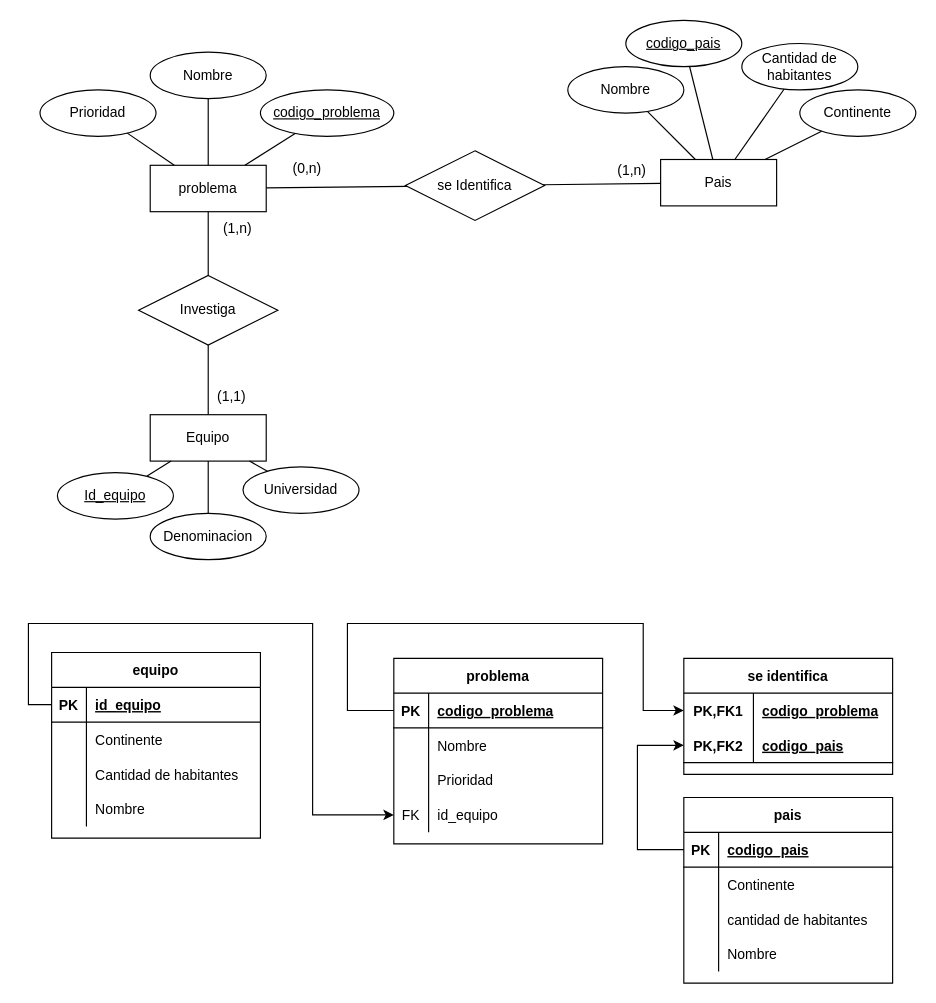
RamaAlves/base-de-datos keeps this draw.io diagram as Desafio-2-base-de-datos-informatorio .drawio. Above is the earlier version. Source tidied: cells renumbered, new cells numbered last; positions are measured from the earlier drawing's top-left corner, leaving out a move shared by most shapes. Both pictures are drawn from the tidied source at 116%, with x=0, y=0 at pixel (28, 20).
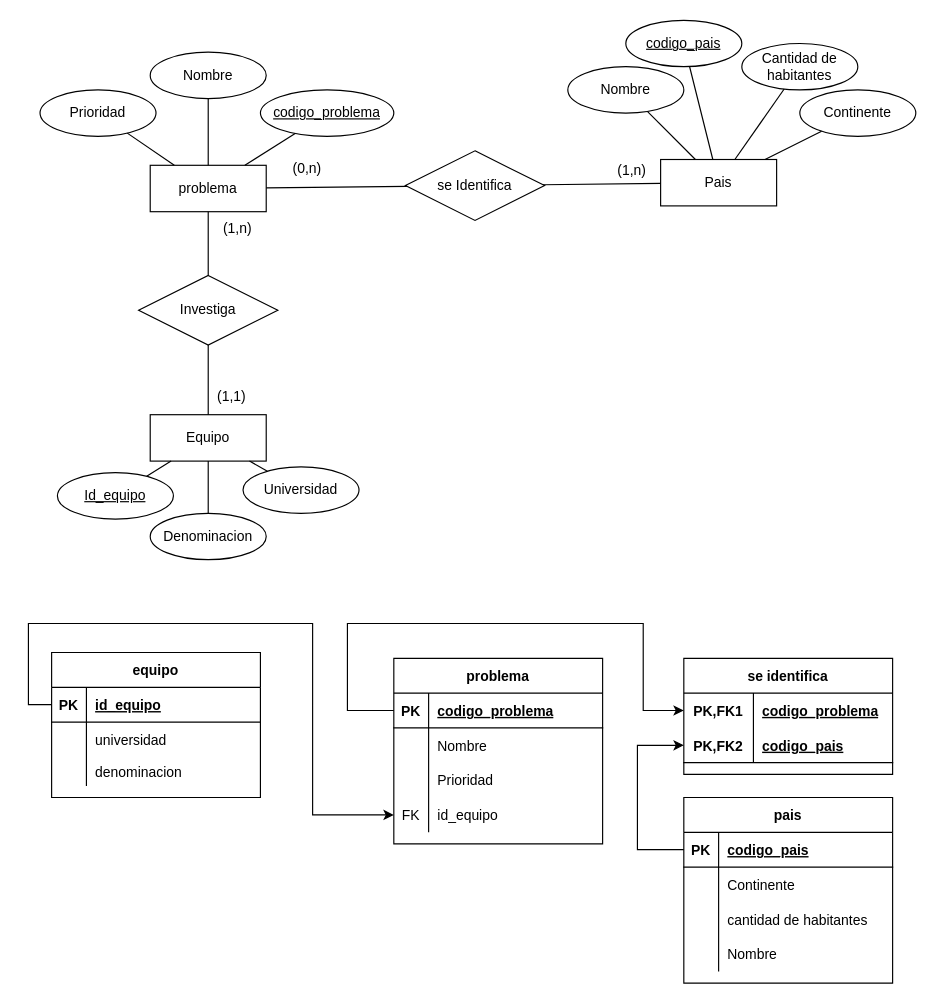
The same page after the edit.

Commit message:
pasando a tablas Desafio-2-base-de-datos-informatorio .drawio

Unchanged cells that the change refers to:
```xml
<mxCell id="65" style="shape=tableRow;horizontal=0;startSize=0;swimlaneHead=0;swimlaneBody=0;fillColor=none;top=0;left=0;right=0;bottom=0;" parent="61" vertex="1">
  <mxGeometry y="60" width="180" height="30" as="geometry" />
</mxCell>
```

Diff of the diagram source:
```diff
@@
     <mxCell id="61" value="equipo" style="shape=table;startSize=30;childLayout=tableLayout;rowLines=0;fontStyle=1;align=center;" parent="1" vertex="1">
-      <mxGeometry x="20" y="545" width="180" height="160" as="geometry" />
+      <mxGeometry x="20" y="545" width="180" height="125" as="geometry" />
     </mxCell>
@@
-    <mxCell id="67" value="Continente" style="shape=partialRectangle;fillColor=none;top=0;left=0;bottom=0;right=0;align=left;spacingLeft=6;overflow=hidden;" parent="65" vertex="1">
+    <mxCell id="67" value="universidad" style="shape=partialRectangle;fillColor=none;top=0;left=0;bottom=0;right=0;align=left;spacingLeft=6;overflow=hidden;" parent="65" vertex="1">
       <mxGeometry x="30" width="150" height="30" as="geometry" />
     </mxCell>
     <mxCell id="68" style="shape=tableRow;horizontal=0;startSize=0;swimlaneHead=0;swimlaneBody=0;fillColor=none;top=0;left=0;right=0;bottom=0;" parent="61" vertex="1">
-      <mxGeometry y="90" width="180" height="30" as="geometry" />
+      <mxGeometry y="90" width="180" height="25" as="geometry" />
     </mxCell>
     <mxCell id="69" style="shape=partialRectangle;fillColor=none;top=0;left=0;bottom=0;right=0;overflow=hidden;" parent="68" vertex="1">
-      <mxGeometry width="30" height="30" as="geometry" />
+      <mxGeometry width="30" height="25" as="geometry" />
     </mxCell>
-    <mxCell id="70" value="Cantidad de habitantes" style="shape=partialRectangle;fillColor=none;top=0;left=0;bottom=0;right=0;align=left;spacingLeft=6;overflow=hidden;" parent="68" vertex="1">
-      <mxGeometry x="30" width="150" height="30" as="geometry" />
+    <mxCell id="70" value="denominacion" style="shape=partialRectangle;fillColor=none;top=0;left=0;bottom=0;right=0;align=left;spacingLeft=6;overflow=hidden;" parent="68" vertex="1">
+      <mxGeometry x="30" width="150" height="25" as="geometry" />
     </mxCell>
-    <mxCell id="71" style="shape=tableRow;horizontal=0;startSize=0;swimlaneHead=0;swimlaneBody=0;fillColor=none;top=0;left=0;right=0;bottom=0;" parent="61" vertex="1">
-      <mxGeometry y="120" width="180" height="30" as="geometry" />
-    </mxCell>
-    <mxCell id="72" style="shape=partialRectangle;fillColor=none;top=0;left=0;bottom=0;right=0;overflow=hidden;" parent="71" vertex="1">
-      <mxGeometry width="30" height="30" as="geometry" />
-    </mxCell>
-    <mxCell id="73" value="Nombre" style="shape=partialRectangle;fillColor=none;top=0;left=0;bottom=0;right=0;align=left;spacingLeft=6;overflow=hidden;" parent="71" vertex="1">
-      <mxGeometry x="30" width="150" height="30" as="geometry" />
-    </mxCell>
```
